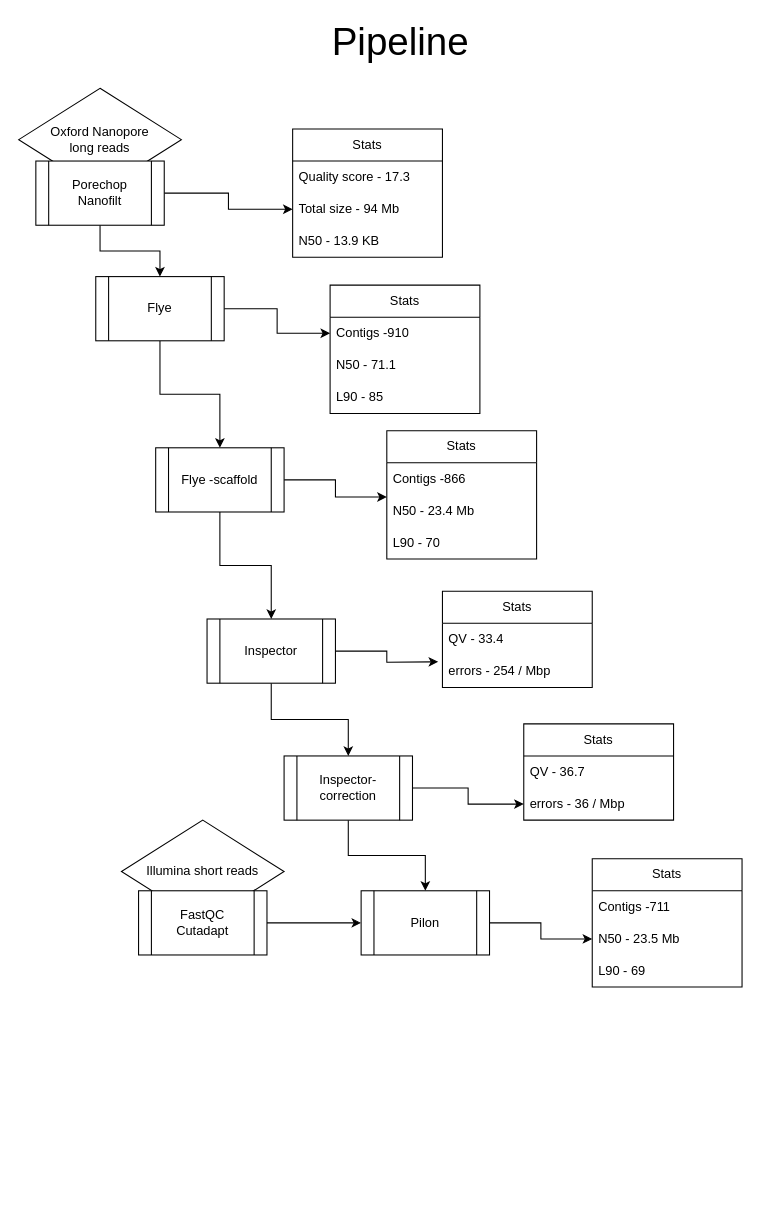
This is Untitled Diagram.drawio from anukrati0306/anukrati0306, a draw.io file, before an edit. Source tidied: cells renumbered, new cells numbered last; positions are measured from the earlier drawing's top-left corner, leaving out a move shared by most shapes. Both pictures are drawn from the tidied source at 107%, with x=0, y=0 at pixel (18, 19).
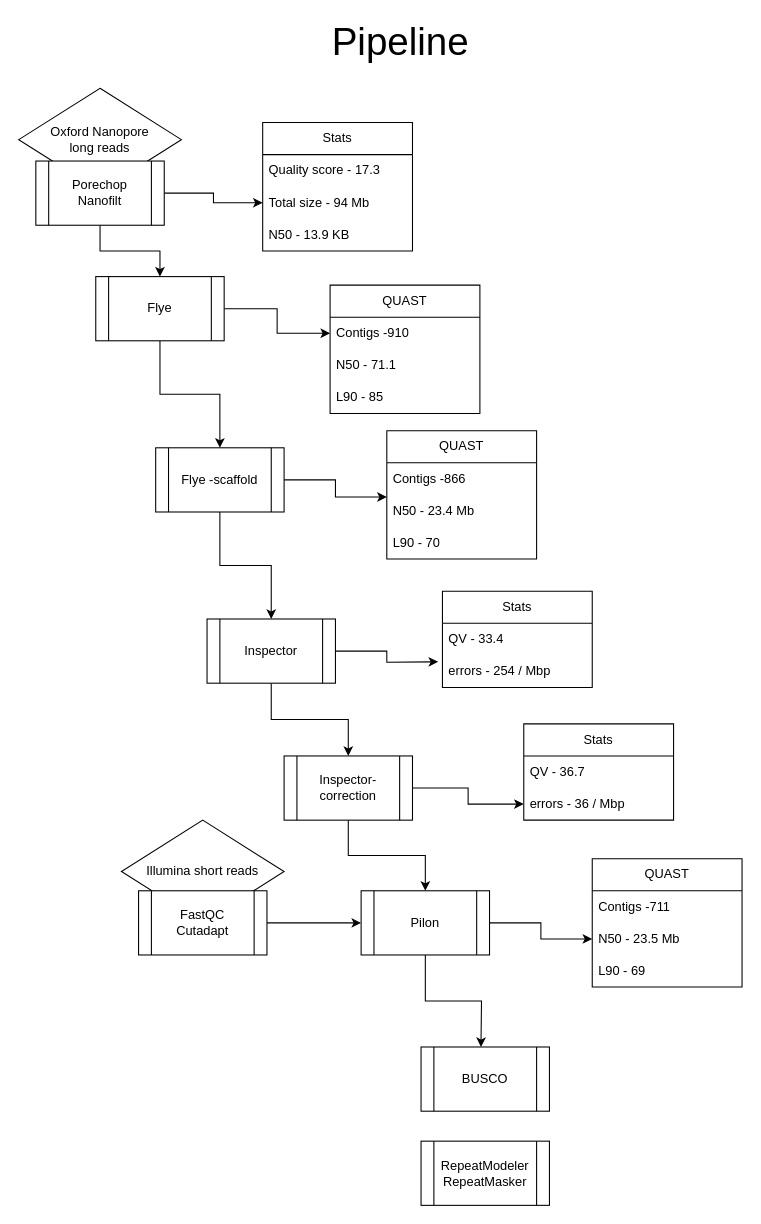
The same page after the edit.

Unchanged cells that the change refers to:
```xml
<mxCell id="15" value="Pilon" style="shape=process;whiteSpace=wrap;html=1;backgroundOutline=1;" parent="1" vertex="1">
  <mxGeometry x="320" y="814" width="120" height="60" as="geometry" />
</mxCell>
```

What changed in the source:
```diff
@@
+    <mxCell id="46" style="edgeStyle=orthogonalEdgeStyle;rounded=0;jettySize=auto;html=1;" parent="1" edge="1" source="15">
+      <mxGeometry relative="1" as="geometry">
+        <mxPoint x="432" y="960" as="targetPoint" />
+      </mxGeometry>
+    </mxCell>
@@
     <mxCell id="17" value="Stats" style="swimlane;fontStyle=0;horizontal=1;startSize=30;whiteSpace=wrap;html=1;" parent="1" vertex="1">
-      <mxGeometry x="256" y="102" width="140" height="120" as="geometry" />
+      <mxGeometry x="228" y="96" width="140" height="120" as="geometry" />
     </mxCell>
@@
-    <mxCell id="21" value="Stats" style="swimlane;fontStyle=0;horizontal=1;startSize=30;whiteSpace=wrap;html=1;" parent="1" vertex="1">
+    <mxCell id="21" value="QUAST" style="swimlane;fontStyle=0;horizontal=1;startSize=30;whiteSpace=wrap;html=1;" parent="1" vertex="1">
       <mxGeometry x="291" y="248" width="140" height="120" as="geometry" />
     </mxCell>
@@
-    <mxCell id="25" value="Stats" style="swimlane;fontStyle=0;horizontal=1;startSize=30;whiteSpace=wrap;html=1;" parent="1" vertex="1">
+    <mxCell id="25" value="QUAST" style="swimlane;fontStyle=0;horizontal=1;startSize=30;whiteSpace=wrap;html=1;" parent="1" vertex="1">
       <mxGeometry x="344" y="384" width="140" height="120" as="geometry" />
     </mxCell>
@@
-    <mxCell id="35" value="Stats" style="swimlane;fontStyle=0;horizontal=1;startSize=30;whiteSpace=wrap;html=1;" parent="1" vertex="1">
+    <mxCell id="35" value="QUAST" style="swimlane;fontStyle=0;horizontal=1;startSize=30;whiteSpace=wrap;html=1;" parent="1" vertex="1">
       <mxGeometry x="536" y="784" width="140" height="120" as="geometry" />
     </mxCell>
@@
+    <mxCell id="47" value="BUSCO" style="shape=process;whiteSpace=wrap;html=1;backgroundOutline=1;" parent="1" vertex="1">
+      <mxGeometry x="376" y="960" width="120" height="60" as="geometry" />
+    </mxCell>
+    <mxCell id="48" value="&lt;div&gt;RepeatModeler&lt;/div&gt;&lt;div&gt;RepeatMasker&lt;br&gt;&lt;/div&gt;" style="shape=process;whiteSpace=wrap;html=1;backgroundOutline=1;" parent="1" vertex="1">
+      <mxGeometry x="376" y="1048" width="120" height="60" as="geometry" />
+    </mxCell>
```
